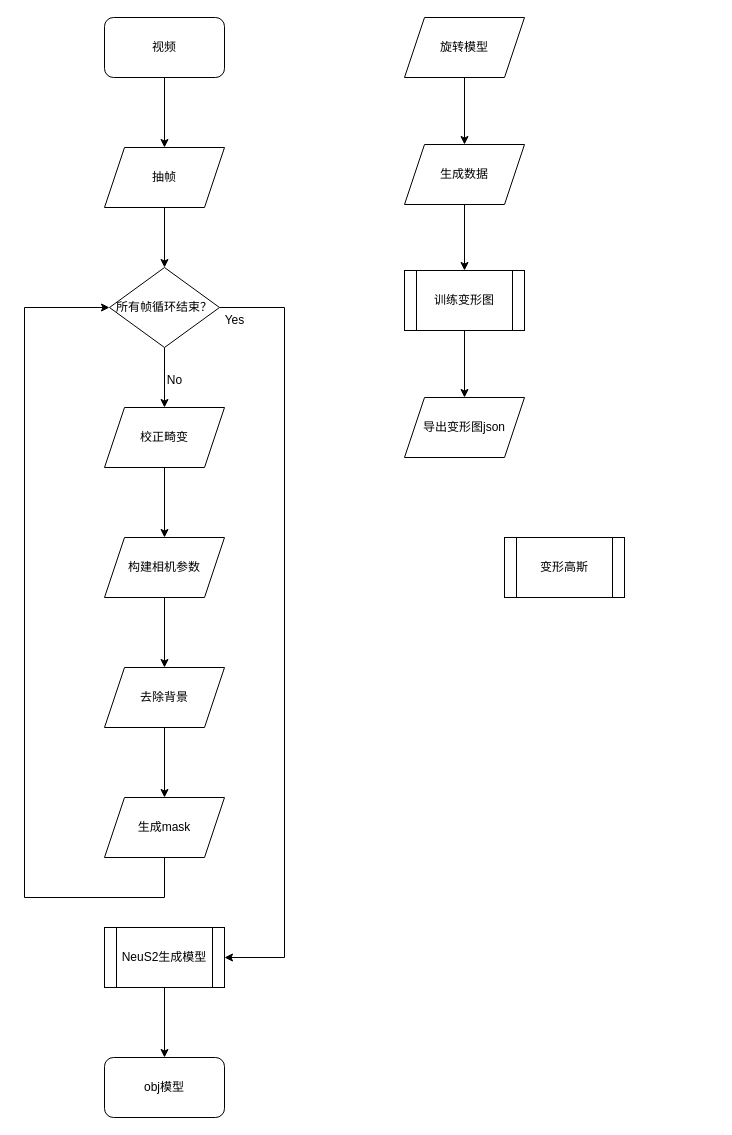
Above: 未命名绘图.drawio in BCEF/bcef (draw.io), before the change. Source tidied: cells renumbered, new cells numbered last; positions are measured from the earlier drawing's top-left corner, leaving out a move shared by most shapes. Both pictures are drawn from the tidied source at 100%, with x=0, y=0 at pixel (24, 17).
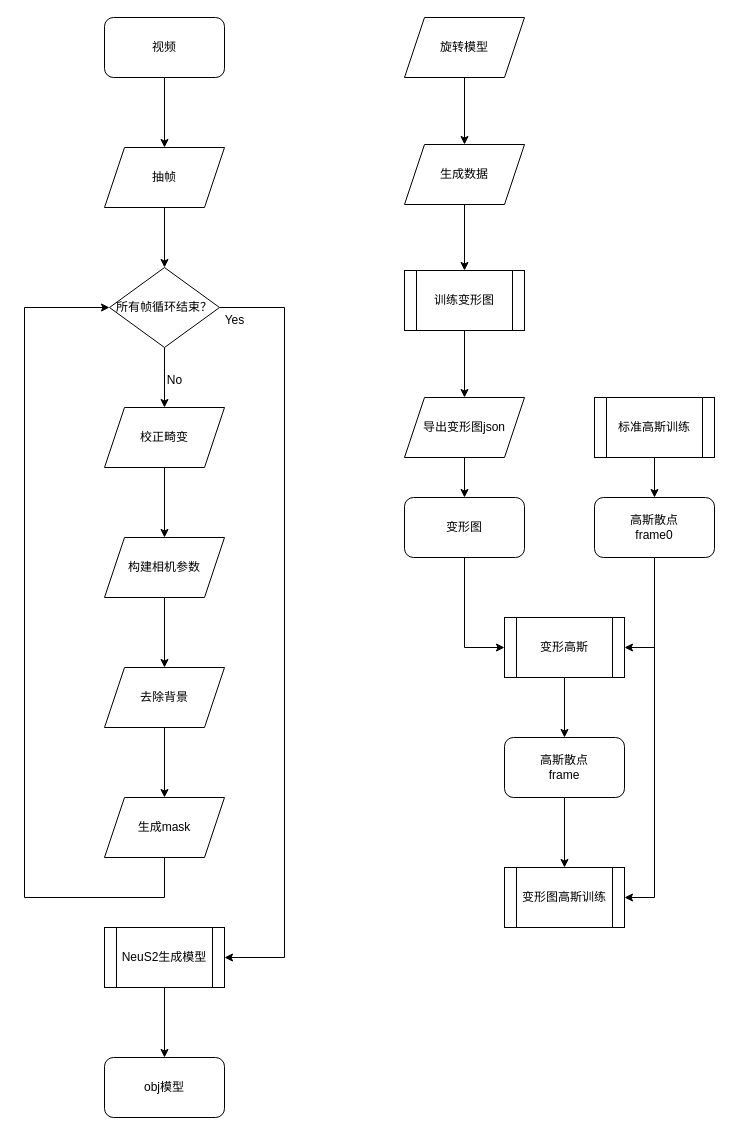
After the change.

Unchanged cells that the change refers to:
```xml
<mxCell id="26" value="导出变形图json" style="shape=parallelogram;perimeter=parallelogramPerimeter;whiteSpace=wrap;html=1;fixedSize=1;" parent="1" vertex="1">
  <mxGeometry x="380" y="380" width="120" height="60" as="geometry" />
</mxCell>
```

Diff of the diagram source:
```diff
@@
+    <mxCell id="30" style="edgeStyle=orthogonalEdgeStyle;rounded=0;jettySize=auto;html=1;" parent="1" edge="1" source="26" target="38">
+      <mxGeometry relative="1" as="geometry" />
+    </mxCell>
@@
+    <mxCell id="31" style="edgeStyle=orthogonalEdgeStyle;rounded=0;jettySize=auto;html=1;" parent="1" edge="1" source="27" target="40">
+      <mxGeometry relative="1" as="geometry" />
+    </mxCell>
     <mxCell id="27" value="变形高斯" style="shape=process;whiteSpace=wrap;html=1;backgroundOutline=1;" parent="1" vertex="1">
-      <mxGeometry x="480" y="520" width="120" height="60" as="geometry" />
+      <mxGeometry x="480" y="600" width="120" height="60" as="geometry" />
     </mxCell>
@@
+    <mxCell id="32" style="edgeStyle=orthogonalEdgeStyle;rounded=0;jettySize=auto;html=1;" parent="1" edge="1" source="33" target="36">
+      <mxGeometry relative="1" as="geometry" />
+    </mxCell>
+    <mxCell id="33" value="标准高斯训练" style="shape=process;whiteSpace=wrap;html=1;backgroundOutline=1;" parent="1" vertex="1">
+      <mxGeometry x="570" y="380" width="120" height="60" as="geometry" />
+    </mxCell>
+    <mxCell id="34" style="edgeStyle=orthogonalEdgeStyle;rounded=0;jettySize=auto;html=1;entryX=1;entryY=0.5;entryDx=0;entryDy=0;" parent="1" edge="1" source="36" target="27">
+      <mxGeometry relative="1" as="geometry" />
+    </mxCell>
+    <mxCell id="35" style="edgeStyle=orthogonalEdgeStyle;rounded=0;jettySize=auto;html=1;entryX=1;entryY=0.5;entryDx=0;entryDy=0;" parent="1" edge="1" source="36" target="41">
+      <mxGeometry relative="1" as="geometry" />
+    </mxCell>
+    <mxCell id="36" value="&lt;div&gt;高斯散点&lt;/div&gt;&lt;div&gt;frame0&lt;/div&gt;" style="rounded=1;whiteSpace=wrap;html=1;" parent="1" vertex="1">
+      <mxGeometry x="570" y="480" width="120" height="60" as="geometry" />
+    </mxCell>
+    <mxCell id="37" style="edgeStyle=orthogonalEdgeStyle;rounded=0;jettySize=auto;html=1;entryX=0;entryY=0.5;entryDx=0;entryDy=0;" parent="1" edge="1" source="38" target="27">
+      <mxGeometry relative="1" as="geometry" />
+    </mxCell>
+    <mxCell id="38" value="变形图" style="rounded=1;whiteSpace=wrap;html=1;" parent="1" vertex="1">
+      <mxGeometry x="380" y="480" width="120" height="60" as="geometry" />
+    </mxCell>
+    <mxCell id="39" style="edgeStyle=orthogonalEdgeStyle;rounded=0;jettySize=auto;html=1;" parent="1" edge="1" source="40" target="41">
+      <mxGeometry relative="1" as="geometry" />
+    </mxCell>
+    <mxCell id="40" value="&lt;div&gt;高斯散点&lt;/div&gt;&lt;div&gt;frame&lt;/div&gt;" style="rounded=1;whiteSpace=wrap;html=1;" parent="1" vertex="1">
+      <mxGeometry x="480" y="720" width="120" height="60" as="geometry" />
+    </mxCell>
+    <mxCell id="41" value="变形图高斯训练" style="shape=process;whiteSpace=wrap;html=1;backgroundOutline=1;" parent="1" vertex="1">
+      <mxGeometry x="480" y="850" width="120" height="60" as="geometry" />
+    </mxCell>
```
